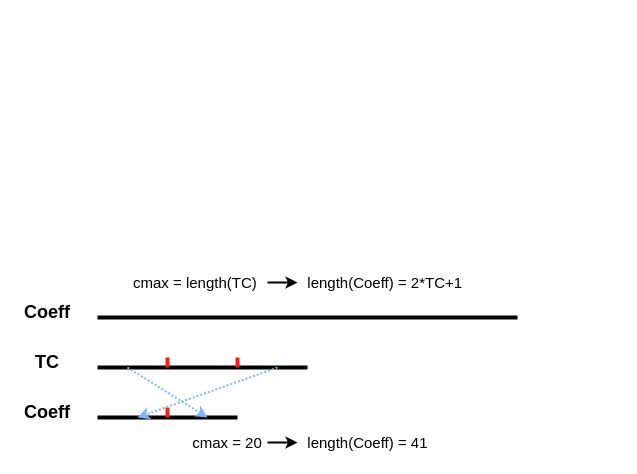
Earlier version of the draw.io diagram page "TP_4" (1 of 6) of git-static/diagram.drawio (LonelVino/CDN). Source tidied: cells renumbered, new cells numbered last; positions are measured from the earlier drawing's top-left corner, leaving out a move shared by most shapes. Both pictures are drawn from the tidied source at 100%, with x=0, y=0 at pixel (17, 267).
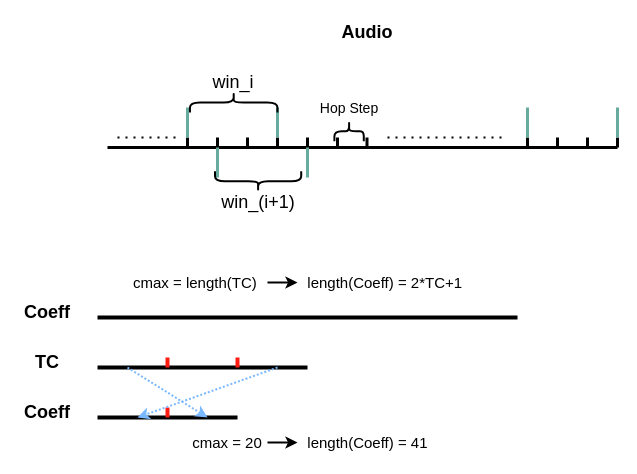
After the change.

Diff of the diagram source:
```diff
@@
+    <mxCell id="19" style="endArrow=none;html=1;rounded=0;fontStyle=1;strokeWidth=3;" parent="1" edge="1">
+      <mxGeometry relative="1" as="geometry">
+        <mxPoint x="90" y="-120" as="sourcePoint" />
+        <mxPoint x="600" y="-120" as="targetPoint" />
+      </mxGeometry>
+    </mxCell>
+    <mxCell id="20" value="&lt;font style=&quot;font-size: 18px&quot;&gt;&lt;b&gt;Audio&lt;/b&gt;&lt;/font&gt;" style="text;html=1;strokeColor=none;fillColor=none;align=center;verticalAlign=middle;whiteSpace=wrap;rounded=0;" parent="1" vertex="1">
+      <mxGeometry x="320" y="-250" width="60" height="30" as="geometry" />
+    </mxCell>
+    <mxCell id="21" style="endArrow=none;html=1;rounded=0;fontSize=18;strokeWidth=3;" parent="1" edge="1">
+      <mxGeometry relative="1" as="geometry">
+        <mxPoint x="200" y="-120" as="sourcePoint" />
+        <mxPoint x="200" y="-130" as="targetPoint" />
+      </mxGeometry>
+    </mxCell>
+    <mxCell id="22" style="endArrow=none;html=1;rounded=0;fontSize=18;strokeWidth=3;" parent="1" edge="1">
+      <mxGeometry relative="1" as="geometry">
+        <mxPoint x="170" y="-120" as="sourcePoint" />
+        <mxPoint x="170" y="-130" as="targetPoint" />
+      </mxGeometry>
+    </mxCell>
+    <mxCell id="23" style="endArrow=none;html=1;rounded=0;fontSize=18;strokeWidth=3;" parent="1" edge="1">
+      <mxGeometry relative="1" as="geometry">
+        <mxPoint x="230" y="-120" as="sourcePoint" />
+        <mxPoint x="230" y="-130" as="targetPoint" />
+      </mxGeometry>
+    </mxCell>
+    <mxCell id="24" style="endArrow=none;html=1;rounded=0;fontSize=18;strokeWidth=3;" parent="1" edge="1">
+      <mxGeometry relative="1" as="geometry">
+        <mxPoint x="260" y="-120" as="sourcePoint" />
+        <mxPoint x="260" y="-130" as="targetPoint" />
+      </mxGeometry>
+    </mxCell>
+    <mxCell id="25" style="endArrow=none;html=1;rounded=0;fontSize=18;strokeWidth=3;" parent="1" edge="1">
+      <mxGeometry relative="1" as="geometry">
+        <mxPoint x="290" y="-120" as="sourcePoint" />
+        <mxPoint x="290" y="-130" as="targetPoint" />
+      </mxGeometry>
+    </mxCell>
+    <mxCell id="26" style="endArrow=none;html=1;rounded=0;fontSize=18;strokeWidth=3;" parent="1" edge="1">
+      <mxGeometry relative="1" as="geometry">
+        <mxPoint x="320" y="-120" as="sourcePoint" />
+        <mxPoint x="320" y="-130" as="targetPoint" />
+      </mxGeometry>
+    </mxCell>
+    <mxCell id="27" style="endArrow=none;html=1;rounded=0;fontSize=18;strokeWidth=3;" parent="1" edge="1">
+      <mxGeometry relative="1" as="geometry">
+        <mxPoint x="349.5" y="-120" as="sourcePoint" />
+        <mxPoint x="349.5" y="-130" as="targetPoint" />
+      </mxGeometry>
+    </mxCell>
+    <mxCell id="28" style="endArrow=none;dashed=1;html=1;dashPattern=1 3;strokeWidth=2;rounded=0;fontSize=18;" parent="1" edge="1">
+      <mxGeometry relative="1" as="geometry">
+        <mxPoint x="370" y="-130" as="sourcePoint" />
+        <mxPoint x="490" y="-130" as="targetPoint" />
+      </mxGeometry>
+    </mxCell>
+    <mxCell id="29" style="endArrow=none;html=1;rounded=0;fontSize=18;strokeWidth=3;" parent="1" edge="1">
+      <mxGeometry relative="1" as="geometry">
+        <mxPoint x="510" y="-120" as="sourcePoint" />
+        <mxPoint x="510" y="-130" as="targetPoint" />
+      </mxGeometry>
+    </mxCell>
+    <mxCell id="30" style="endArrow=none;html=1;rounded=0;fontSize=18;strokeWidth=3;" parent="1" edge="1">
+      <mxGeometry relative="1" as="geometry">
+        <mxPoint x="540" y="-120" as="sourcePoint" />
+        <mxPoint x="540" y="-130" as="targetPoint" />
+      </mxGeometry>
+    </mxCell>
+    <mxCell id="31" style="endArrow=none;html=1;rounded=0;fontSize=18;strokeWidth=3;" parent="1" edge="1">
+      <mxGeometry relative="1" as="geometry">
+        <mxPoint x="570" y="-120" as="sourcePoint" />
+        <mxPoint x="570" y="-130" as="targetPoint" />
+      </mxGeometry>
+    </mxCell>
+    <mxCell id="32" style="endArrow=none;html=1;rounded=0;fontSize=18;strokeWidth=3;" parent="1" edge="1">
+      <mxGeometry relative="1" as="geometry">
+        <mxPoint x="600" y="-120" as="sourcePoint" />
+        <mxPoint x="600" y="-130" as="targetPoint" />
+      </mxGeometry>
+    </mxCell>
+    <mxCell id="33" style="endArrow=none;dashed=1;html=1;dashPattern=1 3;strokeWidth=2;rounded=0;fontSize=18;" parent="1" edge="1">
+      <mxGeometry relative="1" as="geometry">
+        <mxPoint x="100" y="-130" as="sourcePoint" />
+        <mxPoint x="160" y="-130" as="targetPoint" />
+      </mxGeometry>
+    </mxCell>
+    <mxCell id="34" style="endArrow=none;html=1;rounded=0;fontSize=18;strokeWidth=3;strokeColor=#67AB9F;" parent="1" edge="1">
+      <mxGeometry relative="1" as="geometry">
+        <mxPoint x="170" y="-130" as="sourcePoint" />
+        <mxPoint x="170" y="-160" as="targetPoint" />
+      </mxGeometry>
+    </mxCell>
+    <mxCell id="35" style="endArrow=none;html=1;rounded=0;fontSize=18;strokeWidth=3;strokeColor=#67AB9F;" parent="1" edge="1">
+      <mxGeometry relative="1" as="geometry">
+        <mxPoint x="260" y="-130" as="sourcePoint" />
+        <mxPoint x="260" y="-160" as="targetPoint" />
+      </mxGeometry>
+    </mxCell>
+    <mxCell id="36" style="endArrow=none;html=1;rounded=0;fontSize=18;strokeWidth=3;strokeColor=#67AB9F;" parent="1" edge="1">
+      <mxGeometry relative="1" as="geometry">
+        <mxPoint x="510" y="-130" as="sourcePoint" />
+        <mxPoint x="510" y="-160" as="targetPoint" />
+      </mxGeometry>
+    </mxCell>
+    <mxCell id="37" style="endArrow=none;html=1;rounded=0;fontSize=18;strokeWidth=3;strokeColor=#67AB9F;" parent="1" edge="1">
+      <mxGeometry relative="1" as="geometry">
+        <mxPoint x="200" y="-90" as="sourcePoint" />
+        <mxPoint x="200" y="-120" as="targetPoint" />
+      </mxGeometry>
+    </mxCell>
+    <mxCell id="38" style="endArrow=none;html=1;rounded=0;fontSize=18;strokeWidth=3;strokeColor=#67AB9F;" parent="1" edge="1">
+      <mxGeometry relative="1" as="geometry">
+        <mxPoint x="290" y="-90" as="sourcePoint" />
+        <mxPoint x="290" y="-120" as="targetPoint" />
+      </mxGeometry>
+    </mxCell>
+    <mxCell id="39" style="endArrow=none;html=1;rounded=0;fontSize=18;strokeWidth=3;strokeColor=#67AB9F;" parent="1" edge="1">
+      <mxGeometry relative="1" as="geometry">
+        <mxPoint x="600" y="-130" as="sourcePoint" />
+        <mxPoint x="600" y="-160" as="targetPoint" />
+      </mxGeometry>
+    </mxCell>
+    <mxCell id="40" style="shape=curlyBracket;whiteSpace=wrap;html=1;rounded=1;flipH=1;fontSize=18;rotation=-90;strokeWidth=2;" parent="1" vertex="1">
+      <mxGeometry x="206.2" y="-208.8" width="20" height="87.5" as="geometry" />
+    </mxCell>
+    <mxCell id="41" value="win_i" style="text;html=1;strokeColor=none;fillColor=none;align=center;verticalAlign=middle;whiteSpace=wrap;rounded=0;fontSize=18;" parent="1" vertex="1">
+      <mxGeometry x="166.2" y="-200" width="100" height="30" as="geometry" />
+    </mxCell>
+    <mxCell id="42" style="shape=curlyBracket;whiteSpace=wrap;html=1;rounded=1;flipH=1;fontSize=18;rotation=90;strokeWidth=2;" parent="1" vertex="1">
+      <mxGeometry x="230.6" y="-129.4" width="20" height="86.2" as="geometry" />
+    </mxCell>
+    <mxCell id="43" value="win_(i+1)" style="text;html=1;strokeColor=none;fillColor=none;align=center;verticalAlign=middle;whiteSpace=wrap;rounded=0;fontSize=18;" parent="1" vertex="1">
+      <mxGeometry x="190.6" y="-80" width="100" height="30" as="geometry" />
+    </mxCell>
+    <mxCell id="44" style="shape=curlyBracket;whiteSpace=wrap;html=1;rounded=1;flipH=1;fontSize=18;rotation=-90;strokeWidth=2;" parent="1" vertex="1">
+      <mxGeometry x="321.6" y="-150.9" width="20" height="29.4" as="geometry" />
+    </mxCell>
+    <mxCell id="45" value="&lt;font style=&quot;font-size: 14px&quot;&gt;Hop Step&lt;/font&gt;" style="text;html=1;strokeColor=none;fillColor=none;align=center;verticalAlign=middle;whiteSpace=wrap;rounded=0;fontSize=18;" parent="1" vertex="1">
+      <mxGeometry x="291.6" y="-170" width="80" height="20" as="geometry" />
+    </mxCell>
```
